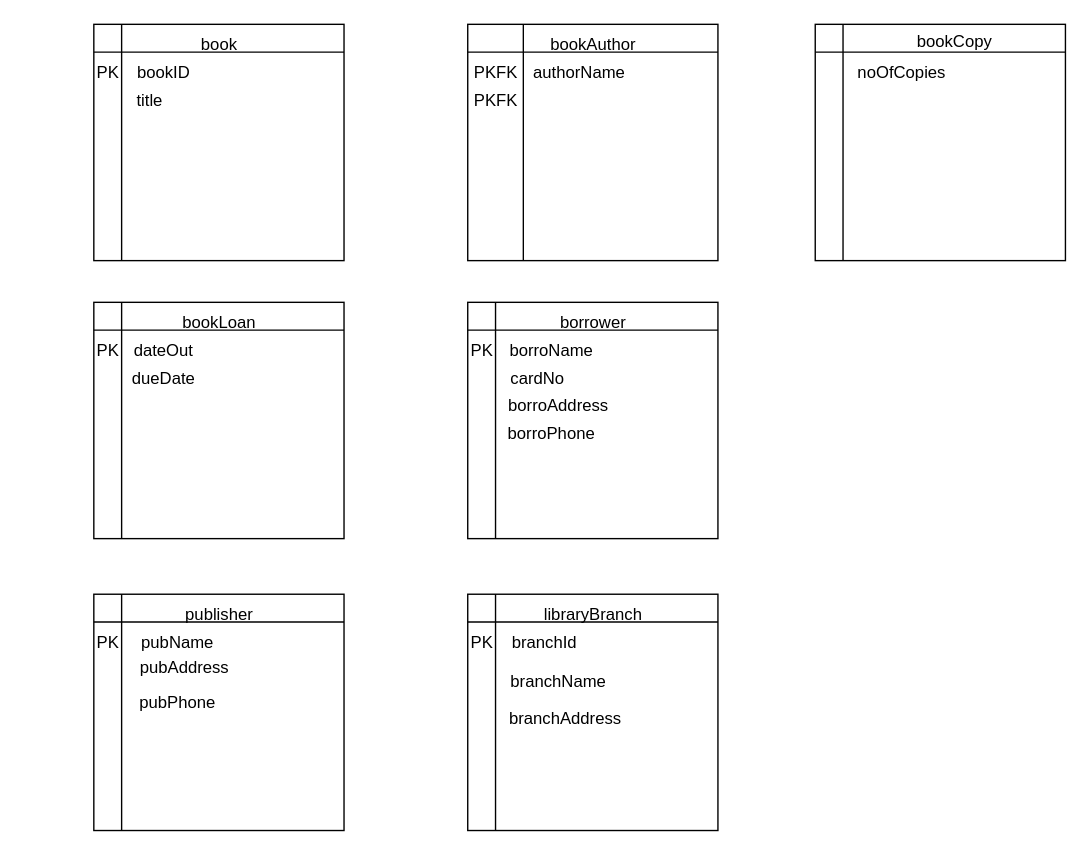
TheCSharpAcademy/USC.ICT211.DatabaseDesign keeps this draw.io diagram as Week3.drawio. Above is the earlier version. Source tidied: cells renumbered, new cells numbered last; positions are measured from the earlier drawing's top-left corner, leaving out a move shared by most shapes. Both pictures are drawn from the tidied source at 139%, with x=0, y=0 at pixel (79, 24).
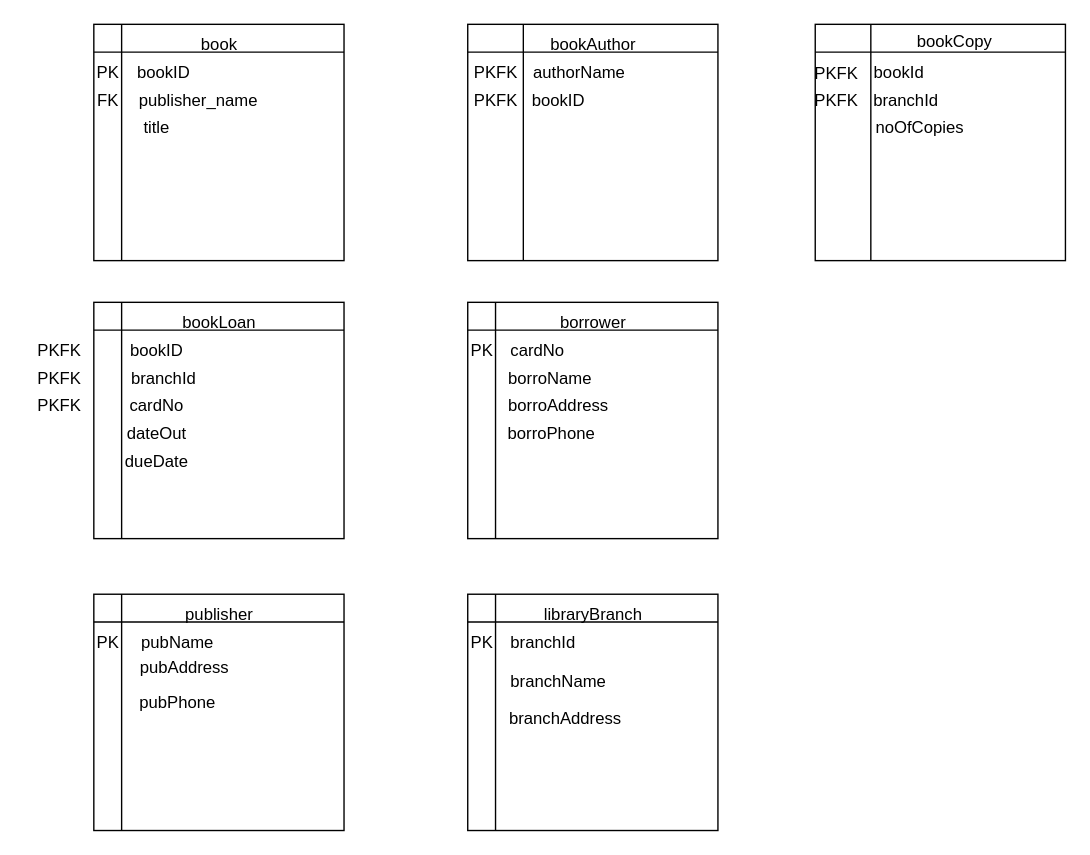
The same diagram, later.

Change to the diagram source:
```diff
@@
-    <mxCell id="8" value="PK" style="text;html=1;align=center;verticalAlign=middle;strokeColor=none;fillColor=none;" parent="1" vertex="1">
-      <mxGeometry y="220" width="40" height="30" as="geometry" />
-    </mxCell>
@@
     <mxCell id="18" value="borroName" style="text;html=1;align=center;verticalAlign=middle;strokeColor=none;fillColor=none;" parent="1" vertex="1">
-      <mxGeometry x="299" y="220" width="80" height="30" as="geometry" />
+      <mxGeometry x="298" y="240" width="80" height="30" as="geometry" />
     </mxCell>
@@
-    <mxCell id="22" style="shape=internalStorage;whiteSpace=wrap;html=1;backgroundOutline=1;" parent="1" vertex="1">
+    <mxCell id="22" style="shape=internalStorage;whiteSpace=wrap;html=1;backgroundOutline=1;dx=40;dy=20;" parent="1" vertex="1">
       <mxGeometry x="529" width="180" height="170" as="geometry" />
     </mxCell>
@@
     <mxCell id="26" value="title" style="text;html=1;align=center;verticalAlign=middle;strokeColor=none;fillColor=none;" parent="1" vertex="1">
-      <mxGeometry x="30" y="40" width="40" height="30" as="geometry" />
+      <mxGeometry x="35" y="60" width="40" height="30" as="geometry" />
     </mxCell>
@@
     <mxCell id="29" value="branchId" style="text;html=1;align=center;verticalAlign=middle;strokeColor=none;fillColor=none;" parent="1" vertex="1">
-      <mxGeometry x="299" y="430" width="70" height="30" as="geometry" />
+      <mxGeometry x="298" y="430" width="70" height="30" as="geometry" />
     </mxCell>
@@
     <mxCell id="32" value="noOfCopies" style="text;html=1;align=center;verticalAlign=middle;strokeColor=none;fillColor=none;" parent="1" vertex="1">
-      <mxGeometry x="546" y="20" width="90" height="30" as="geometry" />
+      <mxGeometry x="559" y="60" width="90" height="30" as="geometry" />
     </mxCell>
     <mxCell id="33" value="cardNo" style="text;html=1;align=center;verticalAlign=middle;strokeColor=none;fillColor=none;" parent="1" vertex="1">
-      <mxGeometry x="299" y="240" width="60" height="30" as="geometry" />
+      <mxGeometry x="299" y="220" width="60" height="30" as="geometry" />
     </mxCell>
     <mxCell id="34" value="dateOut" style="text;html=1;align=center;verticalAlign=middle;strokeColor=none;fillColor=none;" parent="1" vertex="1">
-      <mxGeometry x="25" y="220" width="70" height="30" as="geometry" />
+      <mxGeometry x="20" y="280" width="70" height="30" as="geometry" />
     </mxCell>
     <mxCell id="35" value="dueDate" style="text;html=1;align=center;verticalAlign=middle;strokeColor=none;fillColor=none;" parent="1" vertex="1">
-      <mxGeometry x="25" y="240" width="70" height="30" as="geometry" />
+      <mxGeometry x="20" y="300" width="70" height="30" as="geometry" />
     </mxCell>
@@
+    <mxCell id="39" value="FK" style="text;html=1;align=center;verticalAlign=middle;strokeColor=none;fillColor=none;" parent="1" vertex="1">
+      <mxGeometry y="40" width="40" height="30" as="geometry" />
+    </mxCell>
+    <mxCell id="40" value="publisher_name" style="text;html=1;align=center;verticalAlign=middle;strokeColor=none;fillColor=none;" parent="1" vertex="1">
+      <mxGeometry x="30" y="40" width="110" height="30" as="geometry" />
+    </mxCell>
+    <mxCell id="41" value="bookID" style="text;html=1;align=center;verticalAlign=middle;strokeColor=none;fillColor=none;" parent="1" vertex="1">
+      <mxGeometry x="314" y="40" width="60" height="30" as="geometry" />
+    </mxCell>
+    <mxCell id="42" value="PKFK" style="text;html=1;align=center;verticalAlign=middle;strokeColor=none;fillColor=none;" parent="1" vertex="1">
+      <mxGeometry x="519" y="21" width="50" height="30" as="geometry" />
+    </mxCell>
+    <mxCell id="43" value="bookId" style="text;html=1;align=center;verticalAlign=middle;strokeColor=none;fillColor=none;" parent="1" vertex="1">
+      <mxGeometry x="559" y="20" width="60" height="30" as="geometry" />
+    </mxCell>
+    <mxCell id="44" value="PKFK" style="text;html=1;align=center;verticalAlign=middle;strokeColor=none;fillColor=none;" parent="1" vertex="1">
+      <mxGeometry x="519" y="40" width="50" height="30" as="geometry" />
+    </mxCell>
+    <mxCell id="45" value="branchId" style="text;html=1;align=center;verticalAlign=middle;strokeColor=none;fillColor=none;" parent="1" vertex="1">
+      <mxGeometry x="559" y="40" width="70" height="30" as="geometry" />
+    </mxCell>
+    <mxCell id="46" value="bookID" style="text;html=1;align=center;verticalAlign=middle;strokeColor=none;fillColor=none;" parent="1" vertex="1">
+      <mxGeometry x="25" y="220" width="60" height="30" as="geometry" />
+    </mxCell>
+    <mxCell id="47" value="PKFK" style="text;html=1;align=center;verticalAlign=middle;strokeColor=none;fillColor=none;" parent="1" vertex="1">
+      <mxGeometry x="-40" y="220" width="50" height="30" as="geometry" />
+    </mxCell>
+    <mxCell id="48" value="PKFK" style="text;html=1;align=center;verticalAlign=middle;strokeColor=none;fillColor=none;" parent="1" vertex="1">
+      <mxGeometry x="-40" y="240" width="50" height="30" as="geometry" />
+    </mxCell>
+    <mxCell id="49" value="branchId" style="text;html=1;align=center;verticalAlign=middle;strokeColor=none;fillColor=none;" parent="1" vertex="1">
+      <mxGeometry x="25" y="240" width="70" height="30" as="geometry" />
+    </mxCell>
+    <mxCell id="50" value="PKFK" style="text;html=1;align=center;verticalAlign=middle;strokeColor=none;fillColor=none;" parent="1" vertex="1">
+      <mxGeometry x="-40" y="260" width="50" height="30" as="geometry" />
+    </mxCell>
+    <mxCell id="51" value="cardNo" style="text;html=1;align=center;verticalAlign=middle;strokeColor=none;fillColor=none;" parent="1" vertex="1">
+      <mxGeometry x="25" y="260" width="60" height="30" as="geometry" />
+    </mxCell>
```
